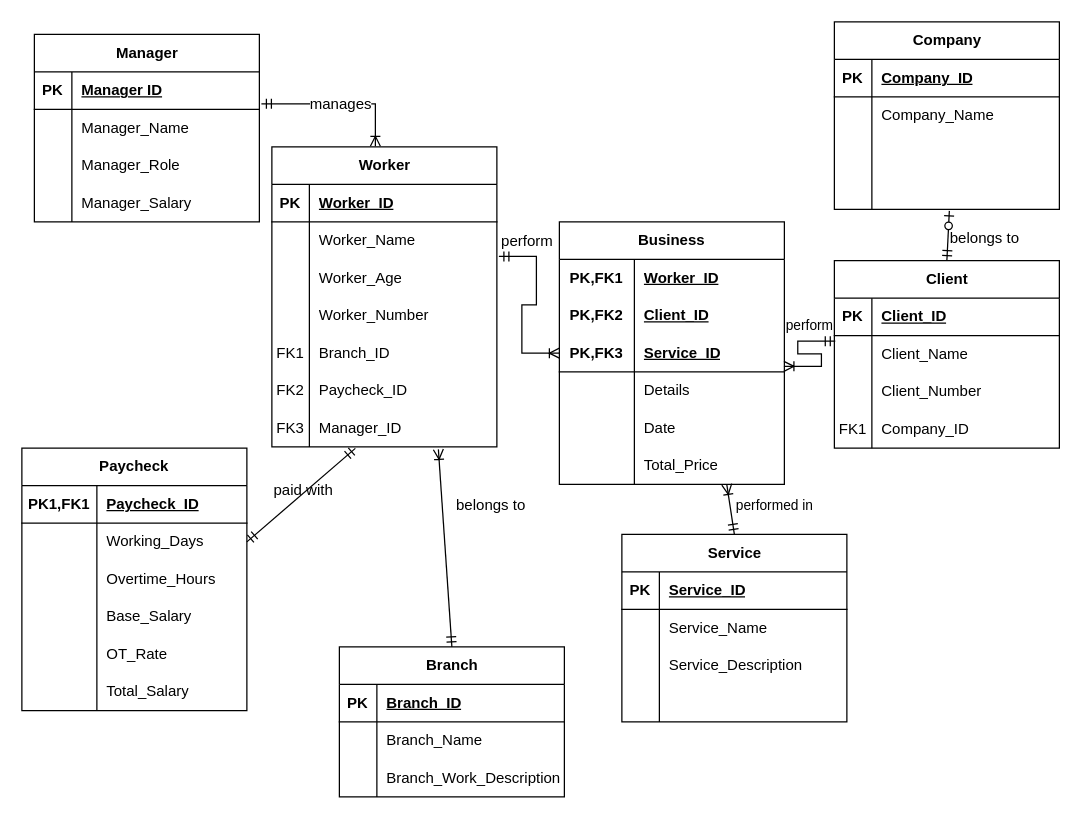
Above: wia2001assg.drawio in justn0thinghere/drawio (draw.io), before the change. Source tidied: cells renumbered, new cells numbered last; positions are measured from the earlier drawing's top-left corner, leaving out a move shared by most shapes. Both pictures are drawn from the tidied source at 125%, with x=0, y=0 at pixel (21, 21).
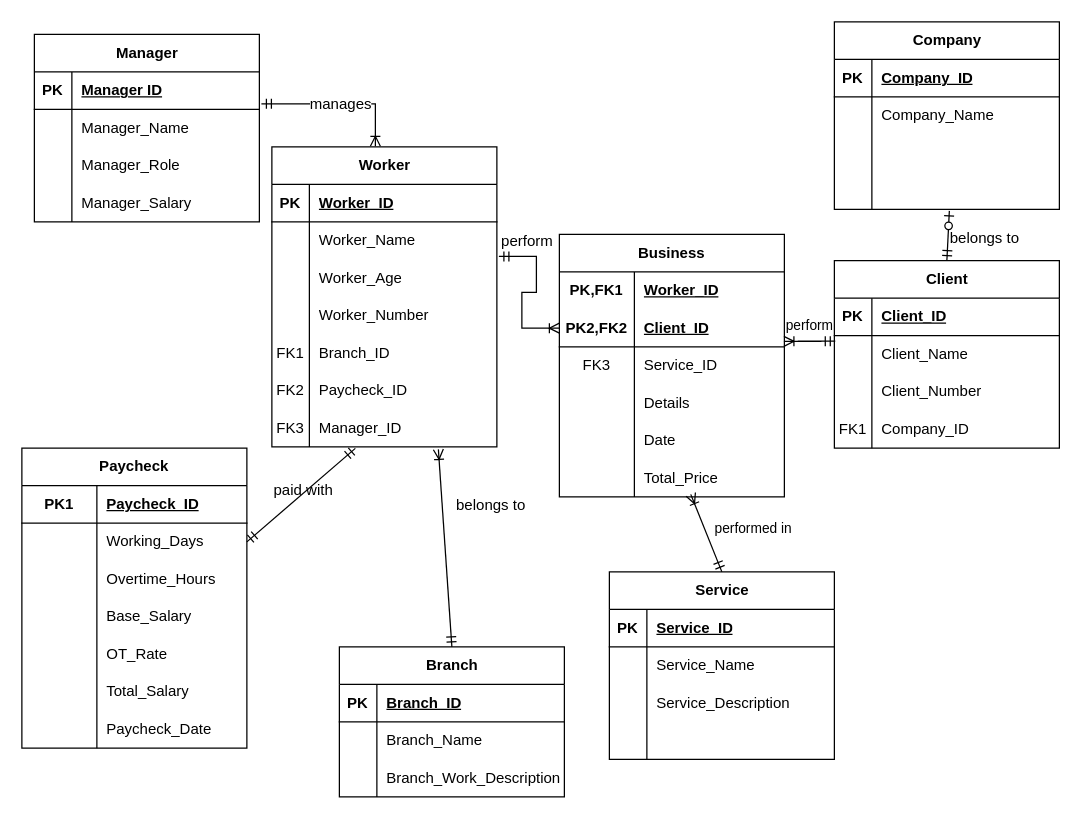
The same diagram, later.

Unchanged cells that the change refers to:
```xml
<mxCell id="18" style="shape=tableRow;horizontal=0;startSize=0;swimlaneHead=0;swimlaneBody=0;fillColor=none;points=[[0,0.5],[1,0.5]];portConstraint=eastwest;top=0;left=0;right=0;bottom=0;html=1;" parent="2" vertex="1">
  <mxGeometry y="180" width="180" height="30" as="geometry" />
</mxCell>
<mxCell id="67" style="shape=tableRow;horizontal=0;startSize=0;swimlaneHead=0;swimlaneBody=0;fillColor=none;top=0;left=0;right=0;bottom=1;html=1;" parent="66" vertex="1">
  <mxGeometry y="30" width="180" height="30" as="geometry" />
</mxCell>
```

Change to the diagram source:
```diff
@@
     <mxCell id="2" value="Business" style="shape=table;startSize=30;childLayout=tableLayout;rowLines=0;fontStyle=1;align=center;html=1;whiteSpace=wrap;" parent="1" vertex="1">
-      <mxGeometry x="430" y="160" width="180" height="210" as="geometry" />
+      <mxGeometry x="430" y="170" width="180" height="210" as="geometry" />
     </mxCell>
@@
-    <mxCell id="6" style="shape=tableRow;horizontal=0;startSize=0;swimlaneHead=0;swimlaneBody=0;fillColor=none;top=0;left=0;right=0;bottom=0;html=1;" parent="2" vertex="1">
-      <mxGeometry y="60" width="180" height="30" as="geometry" />
-    </mxCell>
-    <mxCell id="7" value="PK,FK2" style="shape=partialRectangle;fillColor=none;top=0;left=0;bottom=0;right=0;fontStyle=1;overflow=hidden;html=1;whiteSpace=wrap;" parent="6" vertex="1">
-      <mxGeometry width="60" height="30" as="geometry" />
-    </mxCell>
-    <mxCell id="8" value="Client_ID" style="shape=partialRectangle;fillColor=none;top=0;left=0;bottom=0;right=0;align=left;spacingLeft=6;fontStyle=5;overflow=hidden;html=1;whiteSpace=wrap;" parent="6" vertex="1">
-      <mxGeometry x="60" width="120" height="30" as="geometry" />
-    </mxCell>
     <mxCell id="9" style="shape=tableRow;horizontal=0;startSize=0;swimlaneHead=0;swimlaneBody=0;fillColor=none;points=[[0,0.5],[1,0.5]];portConstraint=eastwest;top=0;left=0;right=0;bottom=1;html=1;" parent="2" vertex="1">
-      <mxGeometry y="90" width="180" height="30" as="geometry" />
+      <mxGeometry y="60" width="180" height="30" as="geometry" />
     </mxCell>
-    <mxCell id="10" value="PK,FK3" style="shape=partialRectangle;fillColor=none;top=0;left=0;bottom=0;right=0;fontStyle=1;overflow=hidden;html=1;whiteSpace=wrap;" parent="9" vertex="1">
+    <mxCell id="10" value="PK2,FK2" style="shape=partialRectangle;fillColor=none;top=0;left=0;bottom=0;right=0;fontStyle=1;overflow=hidden;html=1;whiteSpace=wrap;" parent="9" vertex="1">
       <mxGeometry width="60" height="30" as="geometry" />
     </mxCell>
-    <mxCell id="11" value="Service_ID" style="shape=partialRectangle;fillColor=none;top=0;left=0;bottom=0;right=0;align=left;spacingLeft=6;fontStyle=5;overflow=hidden;html=1;whiteSpace=wrap;" parent="9" vertex="1">
+    <mxCell id="11" value="Client_ID" style="shape=partialRectangle;fillColor=none;top=0;left=0;bottom=0;right=0;align=left;spacingLeft=6;fontStyle=5;overflow=hidden;html=1;whiteSpace=wrap;" parent="9" vertex="1">
       <mxGeometry x="60" width="120" height="30" as="geometry" />
     </mxCell>
     <mxCell id="12" style="shape=tableRow;horizontal=0;startSize=0;swimlaneHead=0;swimlaneBody=0;fillColor=none;top=0;left=0;right=0;bottom=0;html=1;" parent="2" vertex="1">
-      <mxGeometry y="120" width="180" height="30" as="geometry" />
+      <mxGeometry y="90" width="180" height="30" as="geometry" />
     </mxCell>
-    <mxCell id="13" style="shape=partialRectangle;fillColor=none;top=0;left=0;bottom=0;right=0;overflow=hidden;html=1;whiteSpace=wrap;" parent="12" vertex="1">
+    <mxCell id="13" value="FK3" style="shape=partialRectangle;fillColor=none;top=0;left=0;bottom=0;right=0;overflow=hidden;html=1;whiteSpace=wrap;" parent="12" vertex="1">
       <mxGeometry width="60" height="30" as="geometry" />
     </mxCell>
-    <mxCell id="14" value="Details" style="shape=partialRectangle;fillColor=none;top=0;left=0;bottom=0;right=0;align=left;spacingLeft=6;overflow=hidden;html=1;whiteSpace=wrap;" parent="12" vertex="1">
+    <mxCell id="14" value="Service_ID" style="shape=partialRectangle;fillColor=none;top=0;left=0;bottom=0;right=0;align=left;spacingLeft=6;overflow=hidden;html=1;whiteSpace=wrap;" parent="12" vertex="1">
       <mxGeometry x="60" width="120" height="30" as="geometry" />
     </mxCell>
     <mxCell id="15" style="shape=tableRow;horizontal=0;startSize=0;swimlaneHead=0;swimlaneBody=0;fillColor=none;top=0;left=0;right=0;bottom=0;html=1;" parent="2" vertex="1">
-      <mxGeometry y="150" width="180" height="30" as="geometry" />
+      <mxGeometry y="120" width="180" height="30" as="geometry" />
     </mxCell>
@@
-    <mxCell id="17" value="Date" style="shape=partialRectangle;fillColor=none;top=0;left=0;bottom=0;right=0;align=left;spacingLeft=6;overflow=hidden;html=1;whiteSpace=wrap;" parent="15" vertex="1">
+    <mxCell id="17" value="Details" style="shape=partialRectangle;fillColor=none;top=0;left=0;bottom=0;right=0;align=left;spacingLeft=6;overflow=hidden;html=1;whiteSpace=wrap;" parent="15" vertex="1">
       <mxGeometry x="60" width="120" height="30" as="geometry" />
     </mxCell>
+    <mxCell id="137" style="shape=tableRow;horizontal=0;startSize=0;swimlaneHead=0;swimlaneBody=0;fillColor=none;top=0;left=0;right=0;bottom=0;html=1;" parent="2" vertex="1">
+      <mxGeometry y="150" width="180" height="30" as="geometry" />
+    </mxCell>
+    <mxCell id="138" style="shape=partialRectangle;fillColor=none;top=0;left=0;bottom=0;right=0;overflow=hidden;html=1;whiteSpace=wrap;" parent="137" vertex="1">
+      <mxGeometry width="60" height="30" as="geometry" />
+    </mxCell>
+    <mxCell id="139" value="Date" style="shape=partialRectangle;fillColor=none;top=0;left=0;bottom=0;right=0;align=left;spacingLeft=6;overflow=hidden;html=1;whiteSpace=wrap;" parent="137" vertex="1">
+      <mxGeometry x="60" width="120" height="30" as="geometry" />
+    </mxCell>
@@
     <mxCell id="21" value="Service" style="shape=table;startSize=30;childLayout=tableLayout;rowLines=0;fontStyle=1;align=center;html=1;" parent="1" vertex="1">
-      <mxGeometry x="480" y="410" width="180" height="150" as="geometry" />
+      <mxGeometry x="470" y="440" width="180" height="150" as="geometry" />
     </mxCell>
@@
     <mxCell id="66" value="Paycheck" style="shape=table;startSize=30;childLayout=tableLayout;rowLines=0;fontStyle=1;align=center;html=1;whiteSpace=wrap;" parent="1" vertex="1">
-      <mxGeometry y="341" width="180" height="210" as="geometry" />
+      <mxGeometry y="341" width="180" height="240" as="geometry" />
     </mxCell>
@@
-    <mxCell id="68" value="PK1,FK1" style="shape=partialRectangle;fillColor=none;top=0;left=0;bottom=0;right=0;fontStyle=1;overflow=hidden;html=1;whiteSpace=wrap;" parent="67" vertex="1">
+    <mxCell id="68" value="PK1" style="shape=partialRectangle;fillColor=none;top=0;left=0;bottom=0;right=0;fontStyle=1;overflow=hidden;html=1;whiteSpace=wrap;" parent="67" vertex="1">
       <mxGeometry width="60" height="30" as="geometry" />
     </mxCell>
@@
+    <mxCell id="140" style="shape=tableRow;horizontal=0;startSize=0;swimlaneHead=0;swimlaneBody=0;fillColor=none;top=0;left=0;right=0;bottom=0;html=1;" parent="66" vertex="1">
+      <mxGeometry y="180" width="180" height="30" as="geometry" />
+    </mxCell>
+    <mxCell id="141" style="shape=partialRectangle;fillColor=none;top=0;left=0;bottom=0;right=0;overflow=hidden;html=1;whiteSpace=wrap;" parent="140" vertex="1">
+      <mxGeometry width="60" height="30" as="geometry" />
+    </mxCell>
+    <mxCell id="142" value="Total_Salary" style="shape=partialRectangle;fillColor=none;top=0;left=0;bottom=0;right=0;align=left;spacingLeft=6;overflow=hidden;html=1;whiteSpace=wrap;" parent="140" vertex="1">
+      <mxGeometry x="60" width="120" height="30" as="geometry" />
+    </mxCell>
     <mxCell id="82" style="shape=tableRow;horizontal=0;startSize=0;swimlaneHead=0;swimlaneBody=0;fillColor=none;top=0;left=0;right=0;bottom=0;html=1;" parent="66" vertex="1">
-      <mxGeometry y="180" width="180" height="30" as="geometry" />
+      <mxGeometry y="210" width="180" height="30" as="geometry" />
     </mxCell>
@@
-    <mxCell id="84" value="Total_Salary" style="shape=partialRectangle;fillColor=none;top=0;left=0;bottom=0;right=0;align=left;spacingLeft=6;overflow=hidden;html=1;whiteSpace=wrap;" parent="82" vertex="1">
+    <mxCell id="84" value="Paycheck_Date" style="shape=partialRectangle;fillColor=none;top=0;left=0;bottom=0;right=0;align=left;spacingLeft=6;overflow=hidden;html=1;whiteSpace=wrap;" parent="82" vertex="1">
       <mxGeometry x="60" width="120" height="30" as="geometry" />
     </mxCell>
@@
-    <mxCell id="130" style="fontSize=12;html=1;endArrow=ERoneToMany;startArrow=ERmandOne;rounded=0;entryX=0.744;entryY=1;entryDx=0;entryDy=0;exitX=0.5;exitY=0;exitDx=0;exitDy=0;entryPerimeter=0;" parent="1" edge="1" source="21" target="18">
+    <mxCell id="130" style="fontSize=12;html=1;endArrow=ERoneToMany;startArrow=ERmandOne;rounded=0;exitX=0.5;exitY=0;exitDx=0;exitDy=0;entryX=0.584;entryY=0.933;entryDx=0;entryDy=0;entryPerimeter=0;" parent="1" edge="1" source="21" target="18">
       <mxGeometry relative="1" as="geometry" />
     </mxCell>
@@
     <mxCell id="133" value="&lt;font style=&quot;font-size: 11px;&quot;&gt;performed in&lt;/font&gt;" style="text;html=1;align=center;verticalAlign=middle;strokeColor=none;fillColor=none;" parent="1" vertex="1">
-      <mxGeometry x="557" y="372" width="90" height="30" as="geometry" />
+      <mxGeometry x="540" y="390" width="90" height="30" as="geometry" />
     </mxCell>
```
